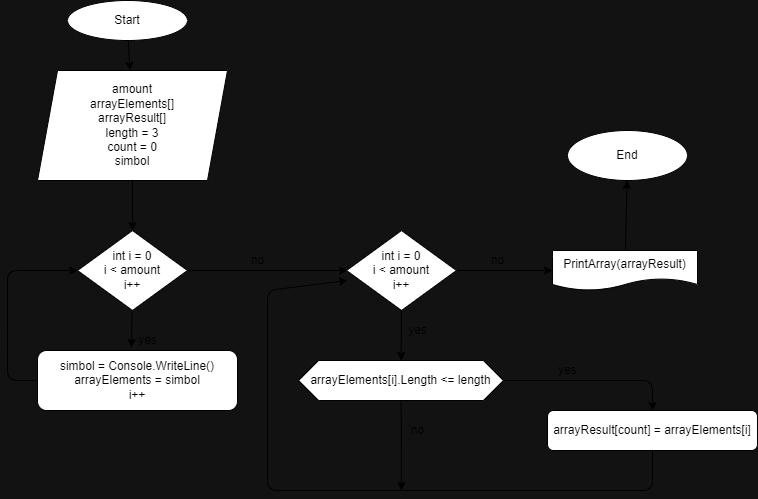
This is sheme.drawio.png from Alexjur5676/verification_work_1, a draw.io export, as it was before one commit. Source tidied: cells renumbered, new cells last; positions are measured from the earlier drawing's top-left corner, leaving out a move shared by most shapes.
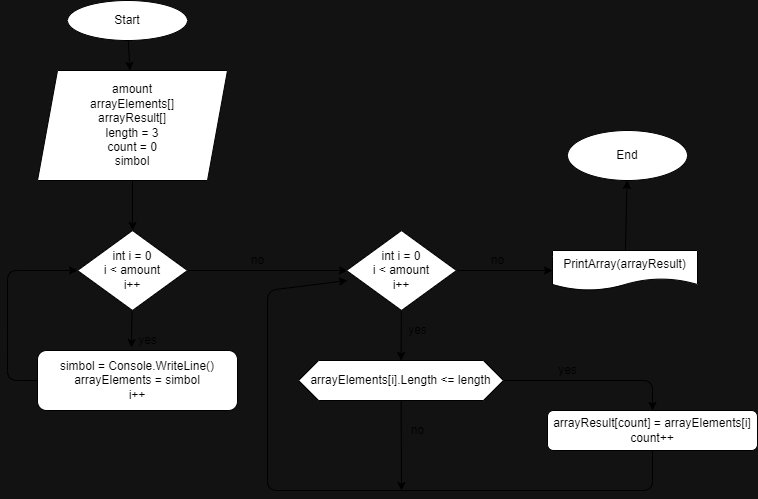
After the commit.

Commit message:
Add task solution algoritm

What changed in the source:
```diff
@@ -78,7 +78,7 @@
         </Array>
       </mxGeometry>
     </mxCell>
-    <mxCell id="21" value="arrayResult[count] = arrayElements[i]" style="rounded=1;whiteSpace=wrap;html=1;" parent="1" vertex="1">
+    <mxCell id="21" value="arrayResult[count] = arrayElements[i]&lt;br&gt;count++" style="rounded=1;whiteSpace=wrap;html=1;" parent="1" vertex="1">
       <mxGeometry x="540" y="410" width="210" height="40" as="geometry" />
     </mxCell>
     <mxCell id="22" value="yes" style="text;html=1;align=center;verticalAlign=middle;strokeColor=none;fillColor=none;" parent="1" vertex="1">
```
